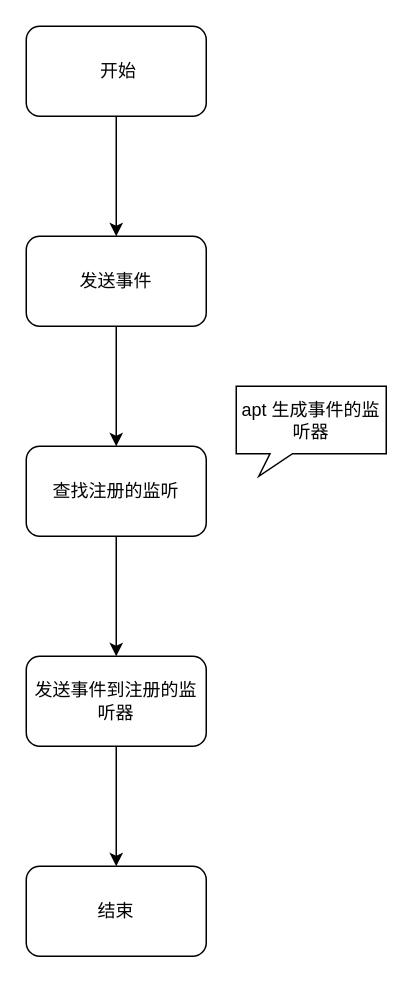
The draw.io diagram Untitled Diagram.drawio in huanggenghg/hgwiki, before the edit. Source tidied: cells renumbered, new cells numbered last; positions are measured from the earlier drawing's top-left corner, leaving out a move shared by most shapes. Both pictures are drawn from the tidied source at 150%, with x=0, y=0 at pixel (26, 26).
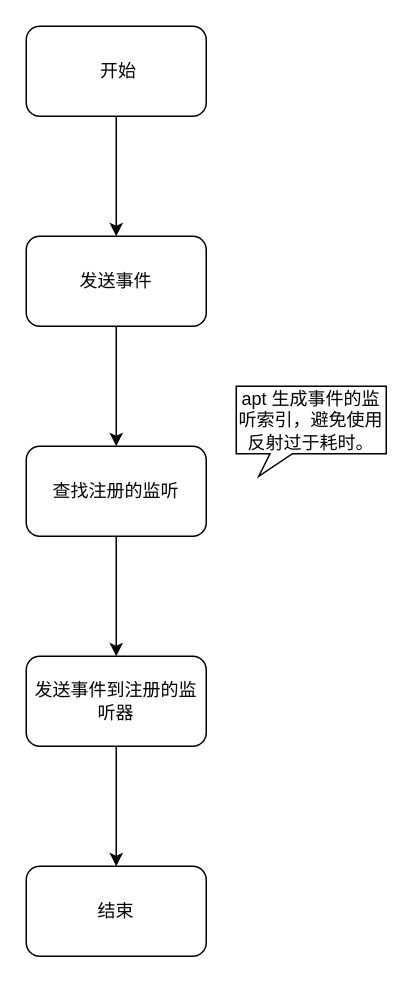
After the change.

Change to the diagram source:
```diff
@@
 <mxGraphModel>
   <root>
     <mxCell id="0" />
     <mxCell id="1" parent="0" />
     <mxCell id="2" style="edgeStyle=orthogonalEdgeStyle;rounded=0;jettySize=auto;html=1;" parent="1" edge="1" source="3" target="5">
       <mxGeometry relative="1" as="geometry" />
     </mxCell>
     <mxCell id="3" value="&amp;nbsp;开始" style="rounded=1;whiteSpace=wrap;html=1;" parent="1" vertex="1">
       <mxGeometry width="120" height="60" as="geometry" />
     </mxCell>
     <mxCell id="4" style="edgeStyle=orthogonalEdgeStyle;rounded=0;jettySize=auto;html=1;" parent="1" edge="1" source="5" target="7">
       <mxGeometry relative="1" as="geometry" />
     </mxCell>
     <mxCell id="5" value="发送事件" style="whiteSpace=wrap;html=1;rounded=1;" parent="1" vertex="1">
       <mxGeometry y="140" width="120" height="60" as="geometry" />
     </mxCell>
     <mxCell id="6" style="edgeStyle=orthogonalEdgeStyle;rounded=0;jettySize=auto;html=1;" parent="1" edge="1" source="7" target="9">
       <mxGeometry relative="1" as="geometry" />
     </mxCell>
     <mxCell id="7" value="查找注册的监听" style="whiteSpace=wrap;html=1;rounded=1;" parent="1" vertex="1">
       <mxGeometry y="280" width="120" height="60" as="geometry" />
     </mxCell>
     <mxCell id="8" style="edgeStyle=orthogonalEdgeStyle;rounded=0;jettySize=auto;html=1;" parent="1" edge="1" source="9" target="10">
       <mxGeometry relative="1" as="geometry" />
     </mxCell>
     <mxCell id="9" value="发送事件到注册的监听器" style="whiteSpace=wrap;html=1;rounded=1;" parent="1" vertex="1">
       <mxGeometry y="420" width="120" height="60" as="geometry" />
     </mxCell>
     <mxCell id="10" value="结束" style="whiteSpace=wrap;html=1;rounded=1;" parent="1" vertex="1">
       <mxGeometry y="560" width="120" height="60" as="geometry" />
     </mxCell>
-    <mxCell id="11" value="apt 生成事件的监听器" style="whiteSpace=wrap;html=1;shape=mxgraph.basic.rectCallout;dx=30;dy=15;boundedLbl=1;" parent="1" vertex="1">
+    <mxCell id="11" value="apt 生成事件的监听索引，避免使用反射过于耗时。" style="whiteSpace=wrap;html=1;shape=mxgraph.basic.rectCallout;dx=30;dy=15;boundedLbl=1;" parent="1" vertex="1">
       <mxGeometry x="140" y="240" width="100" height="60" as="geometry" />
     </mxCell>
   </root>
 </mxGraphModel>
```
